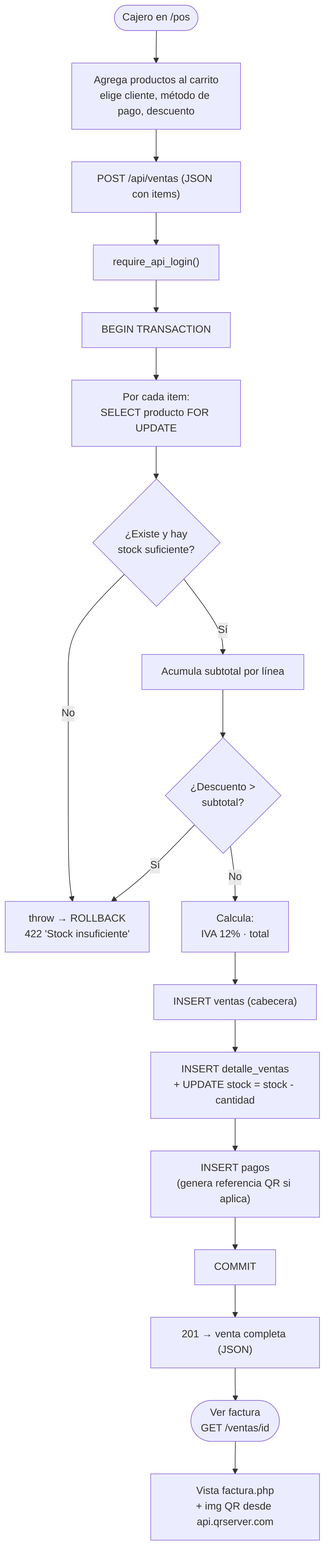
Above: docs/diagramas/4-flujo-venta.png in david69-js/tarea-seguridad-auditoria (Mermaid), before the change. Its source is kept beside it as docs/diagramas/4-flujo-venta.mmd.
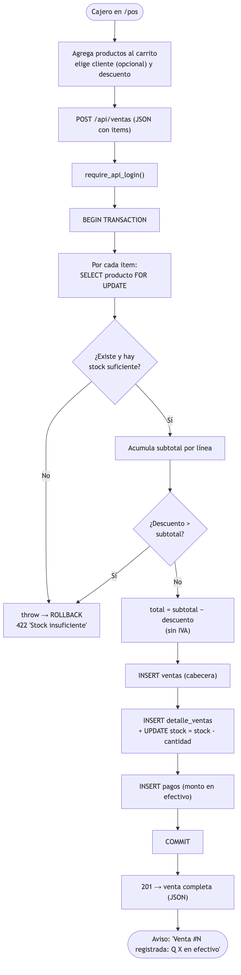
After the change.

Diff of the diagram source:
```diff
@@ -1,5 +1,5 @@
 flowchart TD
-    A([Cajero en /pos]) --> B["Agrega productos al carrito<br/>elige cliente, método de pago, descuento"]
+    A([Cajero en /pos]) --> B["Agrega productos al carrito<br/>elige cliente (opcional) y descuento"]
     B --> C["POST /api/ventas (JSON con items)"]
     C --> D["require_api_login()"]
     D --> E["BEGIN TRANSACTION"]
@@ -11,13 +11,11 @@
 
     I --> J{"¿Descuento ><br/>subtotal?"}
     J -->|Sí| H
-    J -->|No| K["Calcula:<br/>IVA 12% · total"]
+    J -->|No| K["total = subtotal − descuento<br/>(sin IVA)"]
 
     K --> L["INSERT ventas (cabecera)"]
     L --> M["INSERT detalle_ventas<br/>+ UPDATE stock = stock - cantidad"]
-    M --> N["INSERT pagos<br/>(genera referencia QR si aplica)"]
+    M --> N["INSERT pagos (monto en efectivo)"]
     N --> O["COMMIT"]
     O --> P["201 → venta completa (JSON)"]
-
-    P --> Q(["Ver factura<br/>GET /ventas/id"])
-    Q --> R["Vista factura.php<br/>+ img QR desde api.qrserver.com"]
+    P --> Q(["Aviso: 'Venta #N registrada: Q X en efectivo'"])
```
